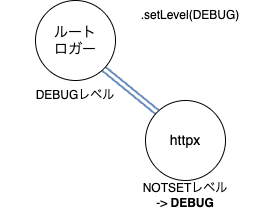
This is source/_static/pyconus/pyconjp-root-setlevel-debug.drawio.png from ftnext/2026-slides, a draw.io export, as it was before one commit. Source tidied: cells renumbered, new cells last; positions are measured from the earlier drawing's top-left corner, leaving out a move shared by most shapes. Its diagram source:
```xml
<mxGraphModel>
  <root>
    <mxCell id="0" />
    <mxCell id="1" parent="0" />
    <mxCell id="2" style="edgeStyle=none;shape=link;html=1;exitX=1;exitY=1;exitDx=0;exitDy=0;entryX=0;entryY=0;entryDx=0;entryDy=0;fillColor=#dae8fc;strokeColor=#6c8ebf;strokeWidth=2;gradientColor=#7ea6e0;" parent="1" edge="1" source="3" target="4">
      <mxGeometry relative="1" as="geometry" />
    </mxCell>
    <mxCell id="3" value="&lt;font style=&quot;font-size: 14px;&quot;&gt;ルート&lt;br&gt;ロガー&lt;/font&gt;" style="ellipse;whiteSpace=wrap;html=1;" parent="1" vertex="1">
      <mxGeometry x="35" width="80" height="80" as="geometry" />
    </mxCell>
    <mxCell id="4" value="&lt;font style=&quot;font-size: 14px;&quot;&gt;httpx&lt;/font&gt;" style="ellipse;whiteSpace=wrap;html=1;" parent="1" vertex="1">
      <mxGeometry x="145" y="100" width="80" height="80" as="geometry" />
    </mxCell>
    <mxCell id="5" value="&lt;span style=&quot;background-color: rgb(255, 255, 255);&quot;&gt;DEBUGレベル&lt;/span&gt;" style="text;html=1;align=center;verticalAlign=middle;whiteSpace=wrap;rounded=0;fillColor=none;" parent="1" vertex="1">
      <mxGeometry y="80" width="150" height="30" as="geometry" />
    </mxCell>
    <mxCell id="6" value="&lt;span style=&quot;background-color: rgb(255, 255, 255);&quot;&gt;NOTSETレベル&lt;/span&gt;&lt;div&gt;&lt;span style=&quot;background-color: rgb(255, 255, 255);&quot;&gt;-&amp;gt; &lt;b&gt;DEBUG&lt;/b&gt;&lt;/span&gt;&lt;/div&gt;" style="text;html=1;align=center;verticalAlign=middle;whiteSpace=wrap;rounded=0;fillColor=none;" parent="1" vertex="1">
      <mxGeometry x="110" y="180" width="150" height="30" as="geometry" />
    </mxCell>
    <mxCell id="7" style="edgeStyle=none;html=1;entryX=1;entryY=0.5;entryDx=0;entryDy=0;strokeColor=#FFFFFF;" parent="1" edge="1" source="8">
      <mxGeometry relative="1" as="geometry">
        <mxPoint x="114" y="50" as="targetPoint" />
      </mxGeometry>
    </mxCell>
    <mxCell id="8" value="&lt;span style=&quot;background-color: rgb(255, 255, 255);&quot;&gt;.setLevel(DEBUG)&lt;/span&gt;" style="text;html=1;align=center;verticalAlign=middle;whiteSpace=wrap;rounded=0;fillColor=none;" parent="1" vertex="1">
      <mxGeometry x="115" width="150" height="30" as="geometry" />
    </mxCell>
  </root>
</mxGraphModel>
```
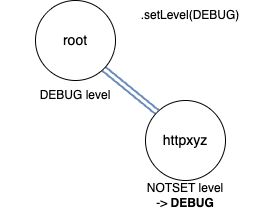
Later version of the same file.

Change to the diagram source:
```diff
@@ -5,16 +5,16 @@
     <mxCell id="2" style="edgeStyle=none;shape=link;html=1;exitX=1;exitY=1;exitDx=0;exitDy=0;entryX=0;entryY=0;entryDx=0;entryDy=0;fillColor=#dae8fc;strokeColor=#6c8ebf;strokeWidth=2;gradientColor=#7ea6e0;" parent="1" edge="1" source="3" target="4">
       <mxGeometry relative="1" as="geometry" />
     </mxCell>
-    <mxCell id="3" value="&lt;font style=&quot;font-size: 14px;&quot;&gt;ルート&lt;br&gt;ロガー&lt;/font&gt;" style="ellipse;whiteSpace=wrap;html=1;" parent="1" vertex="1">
+    <mxCell id="3" value="&lt;span style=&quot;font-size: 14px;&quot;&gt;root&lt;/span&gt;" style="ellipse;whiteSpace=wrap;html=1;" parent="1" vertex="1">
       <mxGeometry x="35" width="80" height="80" as="geometry" />
     </mxCell>
-    <mxCell id="4" value="&lt;font style=&quot;font-size: 14px;&quot;&gt;httpx&lt;/font&gt;" style="ellipse;whiteSpace=wrap;html=1;" parent="1" vertex="1">
+    <mxCell id="4" value="&lt;font style=&quot;font-size: 14px;&quot;&gt;httpxyz&lt;/font&gt;" style="ellipse;whiteSpace=wrap;html=1;" parent="1" vertex="1">
       <mxGeometry x="145" y="100" width="80" height="80" as="geometry" />
     </mxCell>
-    <mxCell id="5" value="&lt;span style=&quot;background-color: rgb(255, 255, 255);&quot;&gt;DEBUGレベル&lt;/span&gt;" style="text;html=1;align=center;verticalAlign=middle;whiteSpace=wrap;rounded=0;fillColor=none;" parent="1" vertex="1">
+    <mxCell id="5" value="&lt;span style=&quot;background-color: rgb(255, 255, 255);&quot;&gt;DEBUG level&lt;/span&gt;" style="text;html=1;align=center;verticalAlign=middle;whiteSpace=wrap;rounded=0;fillColor=none;" parent="1" vertex="1">
       <mxGeometry y="80" width="150" height="30" as="geometry" />
     </mxCell>
-    <mxCell id="6" value="&lt;span style=&quot;background-color: rgb(255, 255, 255);&quot;&gt;NOTSETレベル&lt;/span&gt;&lt;div&gt;&lt;span style=&quot;background-color: rgb(255, 255, 255);&quot;&gt;-&amp;gt; &lt;b&gt;DEBUG&lt;/b&gt;&lt;/span&gt;&lt;/div&gt;" style="text;html=1;align=center;verticalAlign=middle;whiteSpace=wrap;rounded=0;fillColor=none;" parent="1" vertex="1">
+    <mxCell id="6" value="&lt;span style=&quot;background-color: rgb(255, 255, 255);&quot;&gt;NOTSET level&lt;/span&gt;&lt;div&gt;&lt;span style=&quot;background-color: rgb(255, 255, 255);&quot;&gt;-&amp;gt; &lt;b&gt;DEBUG&lt;/b&gt;&lt;/span&gt;&lt;/div&gt;" style="text;html=1;align=center;verticalAlign=middle;whiteSpace=wrap;rounded=0;fillColor=none;" parent="1" vertex="1">
       <mxGeometry x="110" y="180" width="150" height="30" as="geometry" />
     </mxCell>
     <mxCell id="7" style="edgeStyle=none;html=1;entryX=1;entryY=0.5;entryDx=0;entryDy=0;strokeColor=#FFFFFF;" parent="1" edge="1" source="8">
```
